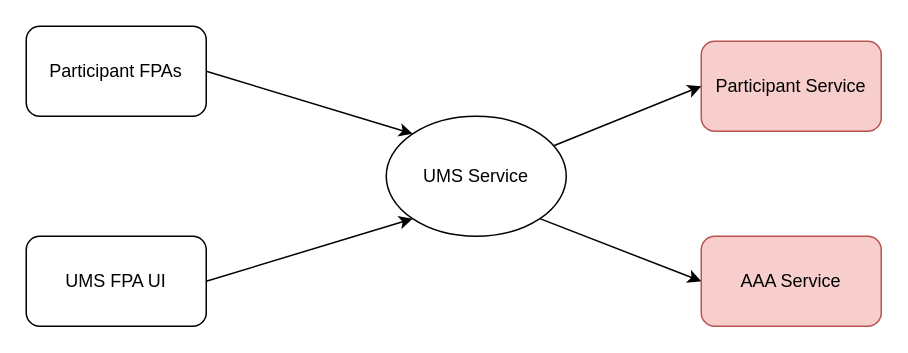
jayanthkmr/architecture-diagrams keeps this draw.io diagram as UMSSystemContext.drawio. Above is the earlier version. Source tidied: cells renumbered, new cells numbered last; positions are measured from the earlier drawing's top-left corner, leaving out a move shared by most shapes. Both pictures are drawn from the tidied source at 150%, with x=0, y=0 at pixel (26, 26).
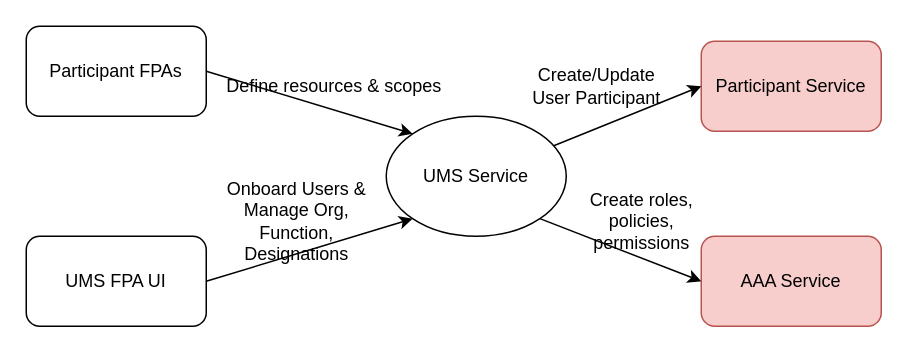
The same diagram, later.

The edit, as a diff of the source:
```diff
@@
 <mxGraphModel>
   <root>
     <mxCell id="0" />
     <mxCell id="1" parent="0" />
     <mxCell id="2" value="UMS Service" style="ellipse;whiteSpace=wrap;html=1;" parent="1" vertex="1">
       <mxGeometry x="240" y="60" width="120" height="80" as="geometry" />
     </mxCell>
     <mxCell id="3" value="Participant FPAs" style="rounded=1;whiteSpace=wrap;html=1;" parent="1" vertex="1">
       <mxGeometry width="120" height="60" as="geometry" />
     </mxCell>
     <mxCell id="4" value="UMS FPA UI" style="rounded=1;whiteSpace=wrap;html=1;" parent="1" vertex="1">
       <mxGeometry y="140" width="120" height="60" as="geometry" />
     </mxCell>
     <mxCell id="5" value="Participant Service" style="rounded=1;whiteSpace=wrap;html=1;fillColor=#f8cecc;strokeColor=#b85450;" parent="1" vertex="1">
       <mxGeometry x="450" y="10" width="120" height="60" as="geometry" />
     </mxCell>
     <mxCell id="6" value="AAA Service" style="rounded=1;whiteSpace=wrap;html=1;fillColor=#f8cecc;strokeColor=#b85450;" parent="1" vertex="1">
       <mxGeometry x="450" y="140" width="120" height="60" as="geometry" />
     </mxCell>
     <mxCell id="7" style="endArrow=classic;html=1;exitX=1;exitY=0.5;exitDx=0;exitDy=0;entryX=0;entryY=0;entryDx=0;entryDy=0;" parent="1" edge="1" source="3" target="2">
       <mxGeometry relative="1" as="geometry" />
     </mxCell>
     <mxCell id="8" style="endArrow=classic;html=1;exitX=1;exitY=0.5;exitDx=0;exitDy=0;entryX=0;entryY=1;entryDx=0;entryDy=0;" parent="1" edge="1" source="4" target="2">
       <mxGeometry relative="1" as="geometry" />
     </mxCell>
     <mxCell id="9" style="endArrow=classic;html=1;entryX=0;entryY=0.5;entryDx=0;entryDy=0;" parent="1" edge="1" source="2" target="5">
       <mxGeometry relative="1" as="geometry" />
     </mxCell>
     <mxCell id="10" style="endArrow=classic;html=1;exitX=1;exitY=1;exitDx=0;exitDy=0;" parent="1" edge="1" source="2">
       <mxGeometry relative="1" as="geometry">
         <mxPoint x="450" y="170" as="targetPoint" />
       </mxGeometry>
     </mxCell>
+    <mxCell id="11" value="Create/Update &lt;br&gt;User Participant" style="text;html=1;align=center;verticalAlign=middle;strokeColor=none;fillColor=none;" parent="1" vertex="1">
+      <mxGeometry x="330" y="25" width="100" height="30" as="geometry" />
+    </mxCell>
+    <mxCell id="12" value="Create roles, &lt;br&gt;policies, &lt;br&gt;permissions" style="text;html=1;align=center;verticalAlign=middle;strokeColor=none;fillColor=none;" parent="1" vertex="1">
+      <mxGeometry x="370" y="105" width="80" height="50" as="geometry" />
+    </mxCell>
+    <mxCell id="13" value="Onboard Users &amp;amp;&lt;br&gt;Manage Org, &lt;br&gt;Function, &lt;br&gt;Designations" style="text;html=1;align=center;verticalAlign=middle;strokeColor=none;fillColor=none;" parent="1" vertex="1">
+      <mxGeometry x="125" y="100" width="110" height="60" as="geometry" />
+    </mxCell>
+    <mxCell id="14" value="Define resources &amp;amp; scopes" style="text;html=1;align=center;verticalAlign=middle;strokeColor=none;fillColor=none;" parent="1" vertex="1">
+      <mxGeometry x="125" y="30" width="160" height="20" as="geometry" />
+    </mxCell>
   </root>
 </mxGraphModel>
```
